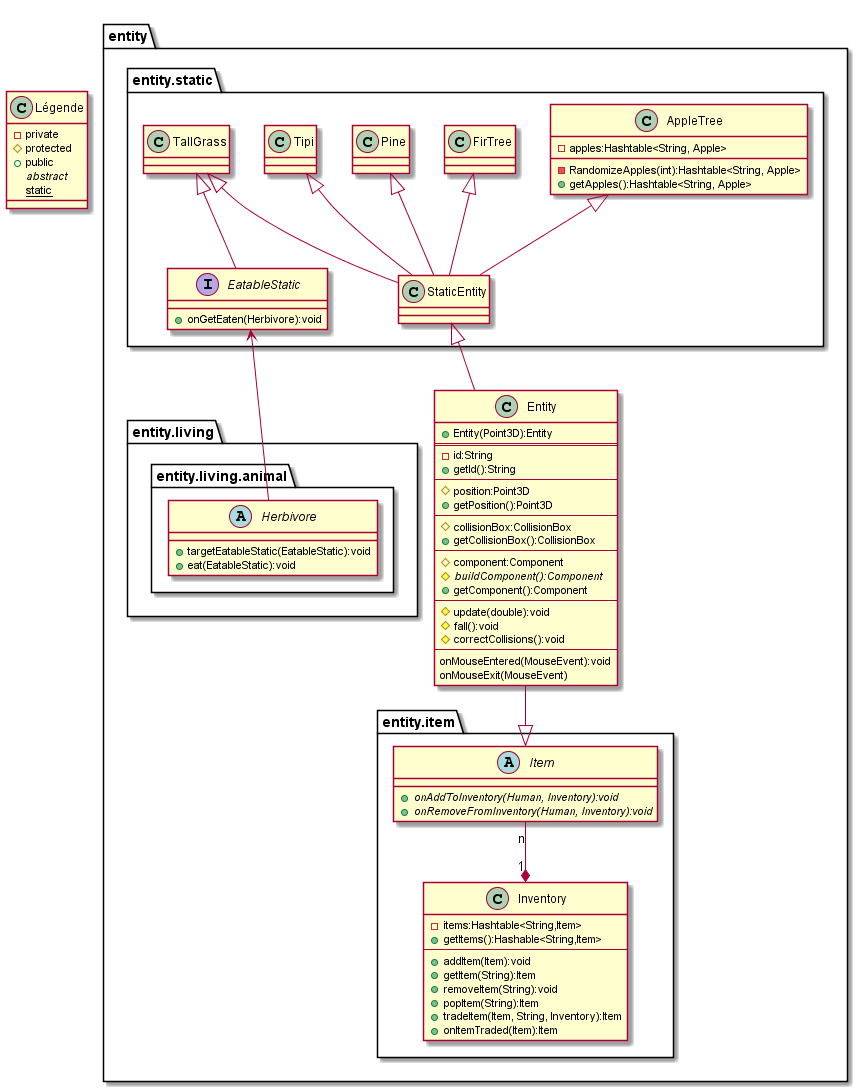
The PlantUML diagram uml/final/entity/Statics.png in the-zucc/coureur-de-bois, before a commit. The source it was exported from:
```plantuml
@startuml Statics
class Légende{
    - private
    # protected
    + public
    {abstract} abstract
    {static} static
}
package entity{

    class Entity{
        + Entity(Point3D):Entity
        ==
        - id:String
        + getId():String
        --
        # position:Point3D
        + getPosition():Point3D
        --
        # collisionBox:CollisionBox
        + getCollisionBox():CollisionBox
        --
        # component:Component
        # {abstract} buildComponent():Component
        + getComponent():Component
        --
        # update(double):void
        # fall():void
        # correctCollisions():void
        --
        onMouseEntered(MouseEvent):void
        onMouseExit(MouseEvent)
    }
    package entity.item{
        class Inventory{
            - items:Hashtable<String,Item>
            + getItems():Hashable<String,Item>
            --
            + addItem(Item):void
            + getItem(String):Item
            + removeItem(String):void
            + popItem(String):Item
            + tradeItem(Item, String, Inventory):Item
            + onItemTraded(Item):Item
        }
        abstract class Item{
            + {abstract}onAddToInventory(Human, Inventory):void
            + {abstract}onRemoveFromInventory(Human, Inventory):void
        }
        Item <|-up- Entity
        Inventory "1" *-up- "n" Item
    }
    package entity.static{
        class StaticEntity{

        }
        StaticEntity <|-- Entity
        interface EatableStatic{
            + onGetEaten(Herbivore):void
        }
        class TallGrass
        TallGrass <|-- StaticEntity
        TallGrass <|-- EatableStatic
        class FirTree{

        }
        FirTree <|-- StaticEntity
        class Pine{
        }
        Pine <|-- StaticEntity
        class Tipi{
        }
        Tipi <|-- StaticEntity
        class AppleTree{
            - apples:Hashtable<String, Apple>
            - RandomizeApples(int):Hashtable<String, Apple>
            + getApples():Hashtable<String, Apple>

        }
        AppleTree <|-- StaticEntity
    }
    package entity.living{
        package entity.living.animal{
            abstract class Herbivore{
                + targetEatableStatic(EatableStatic):void
                + eat(EatableStatic):void
            }
            Herbivore -up-> EatableStatic
        }
    }
}
@enduml
```
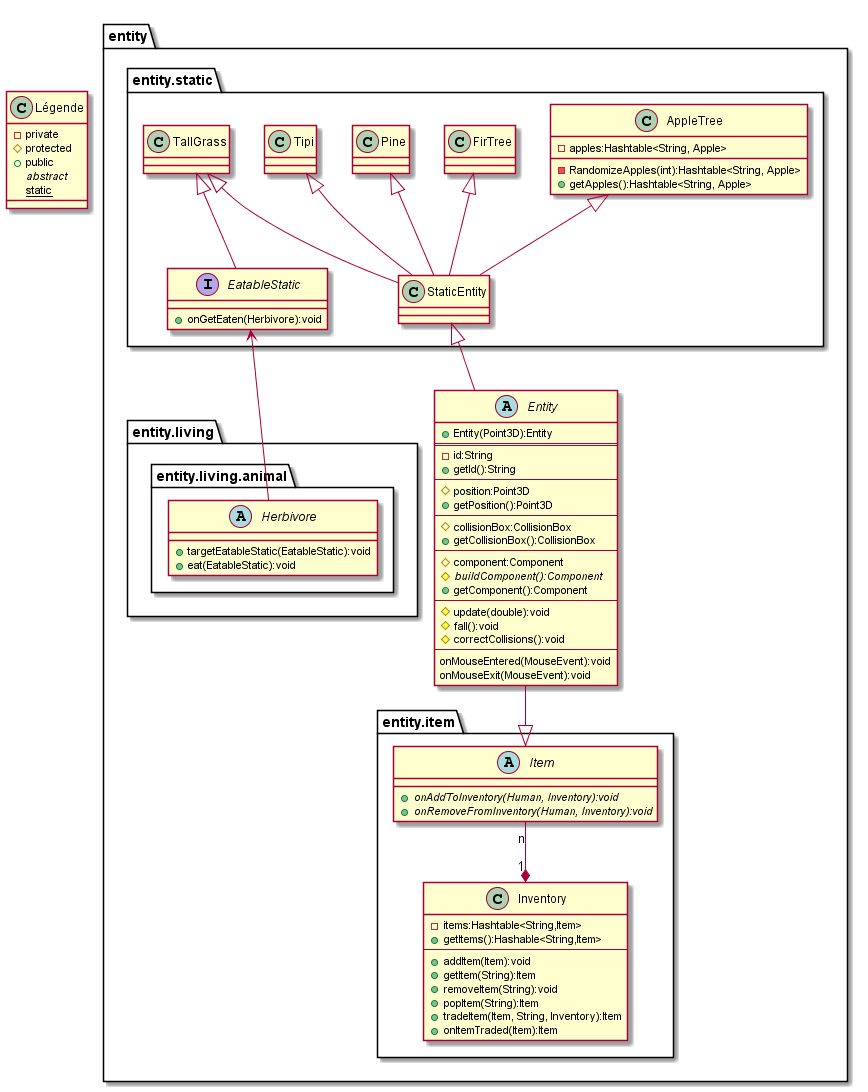
After the commit.

Change to the diagram source:
```diff
@@ -8,7 +8,7 @@
 }
 package entity{
 
-    class Entity{
+    abstract class Entity{
         + Entity(Point3D):Entity
         ==
         - id:String
@@ -29,7 +29,7 @@
         # correctCollisions():void
         --
         onMouseEntered(MouseEvent):void
-        onMouseExit(MouseEvent)
+        onMouseExit(MouseEvent):void
     }
     package entity.item{
         class Inventory{
```
